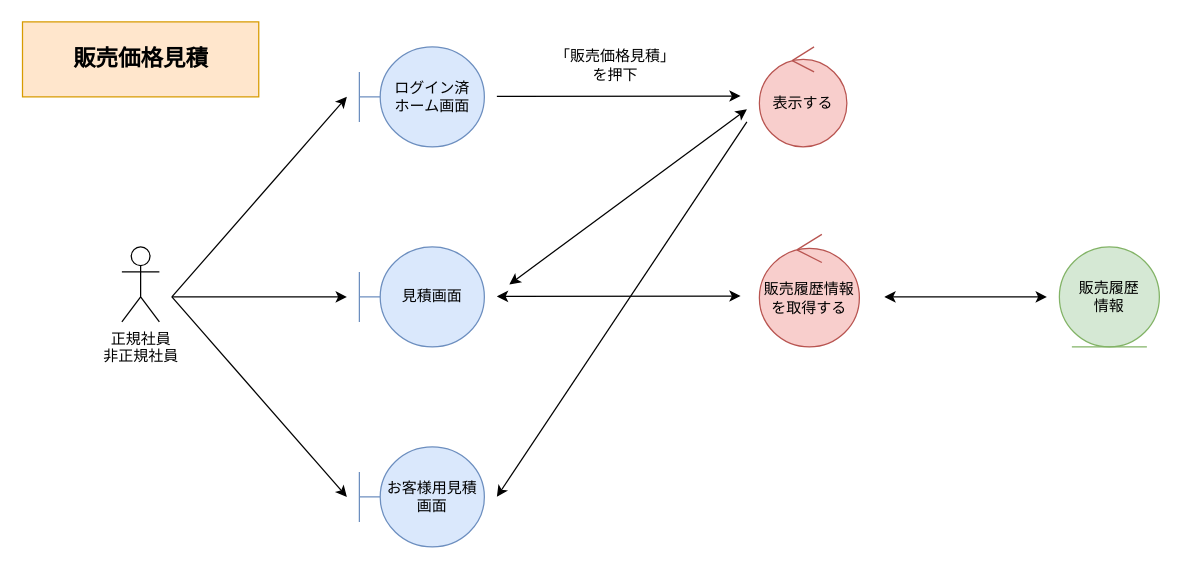
Above: 各種設計書/3ロバストネス図/商品情報管理/4.見積.drawio in HaruShim/Sotuken (draw.io), before the change. Source tidied: cells renumbered, new cells numbered last; positions are measured from the earlier drawing's top-left corner, leaving out a move shared by most shapes. Both pictures are drawn from the tidied source at 125%, with x=0, y=0 at pixel (21, 21).
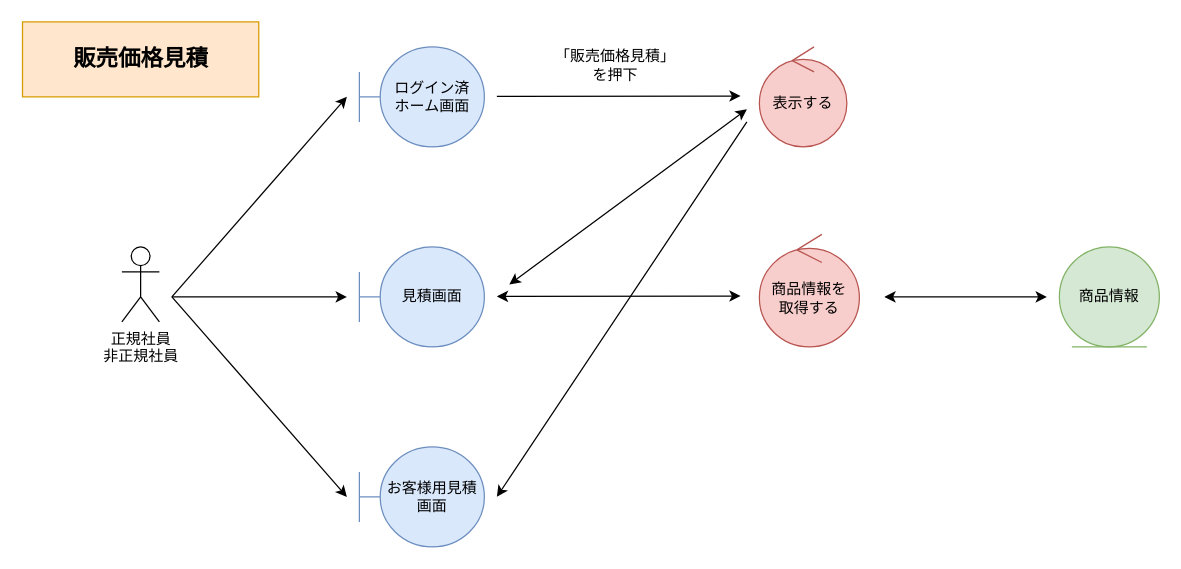
The same diagram, later.

What changed in the source:
```diff
@@
-    <mxCell id="5" value="販売履歴情報を取得する" style="ellipse;shape=umlControl;whiteSpace=wrap;html=1;fillColor=#f8cecc;strokeColor=#b85450;" parent="1" vertex="1">
+    <mxCell id="5" value="商品情報を&lt;br&gt;取得する" style="ellipse;shape=umlControl;whiteSpace=wrap;html=1;fillColor=#f8cecc;strokeColor=#b85450;" parent="1" vertex="1">
       <mxGeometry x="590" y="170" width="80" height="90" as="geometry" />
     </mxCell>
@@
-    <mxCell id="15" value="販売履歴&lt;br&gt;情報" style="ellipse;shape=umlEntity;whiteSpace=wrap;html=1;fillColor=#d5e8d4;strokeColor=#82b366;" parent="1" vertex="1">
+    <mxCell id="15" value="商品情報" style="ellipse;shape=umlEntity;whiteSpace=wrap;html=1;fillColor=#d5e8d4;strokeColor=#82b366;" parent="1" vertex="1">
       <mxGeometry x="830" y="180" width="80" height="80" as="geometry" />
     </mxCell>
```
